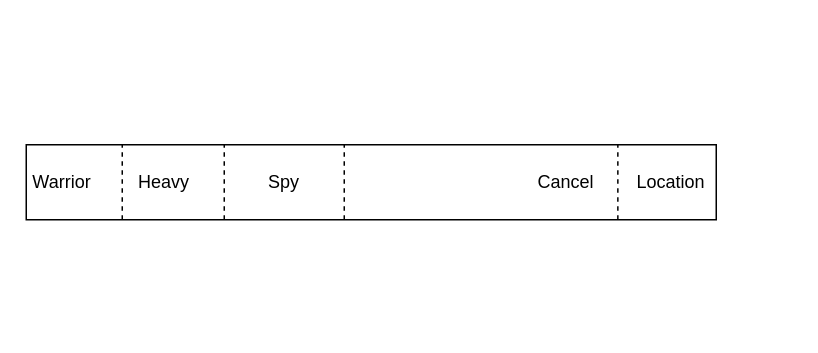
Earlier version of the draw.io diagram draw.io/Building interact Panel.drawio (bezmuth/civ-like-a). Source tidied: cells renumbered, new cells numbered last; positions are measured from the earlier drawing's top-left corner, leaving out a move shared by most shapes. Both pictures are drawn from the tidied source at 150%, with x=0, y=0 at pixel (26, 144).
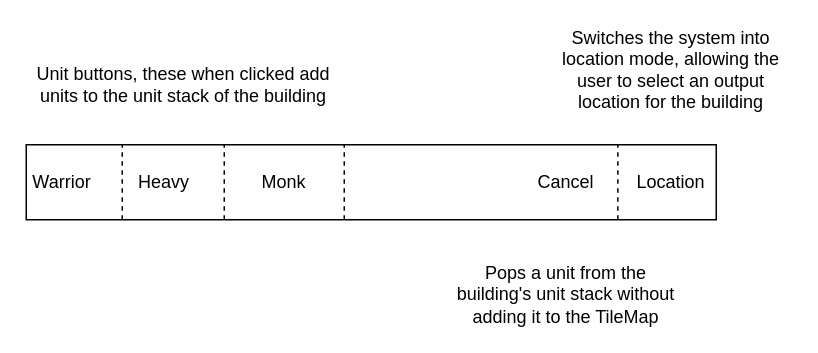
After the change.

The edit, as a diff of the source:
```diff
@@
 <mxGraphModel>
   <root>
     <mxCell id="0" />
     <mxCell id="1" parent="0" />
     <mxCell id="2" style="rounded=0;whiteSpace=wrap;html=1;" parent="1" vertex="1">
       <mxGeometry width="460" height="50" as="geometry" />
     </mxCell>
     <mxCell id="3" style="endArrow=none;dashed=1;html=1;" parent="1" edge="1">
       <mxGeometry relative="1" as="geometry">
         <mxPoint x="64" y="50" as="sourcePoint" />
         <mxPoint x="64" as="targetPoint" />
       </mxGeometry>
     </mxCell>
     <mxCell id="4" value="Warrior" style="text;html=1;strokeColor=none;fillColor=none;align=center;verticalAlign=middle;whiteSpace=wrap;rounded=0;" parent="1" vertex="1">
       <mxGeometry x="4" y="15" width="40" height="20" as="geometry" />
     </mxCell>
     <mxCell id="5" style="endArrow=none;dashed=1;html=1;" parent="1" edge="1">
       <mxGeometry relative="1" as="geometry">
         <mxPoint x="132" y="50" as="sourcePoint" />
         <mxPoint x="132" as="targetPoint" />
       </mxGeometry>
     </mxCell>
     <mxCell id="6" value="Heavy" style="text;html=1;strokeColor=none;fillColor=none;align=center;verticalAlign=middle;whiteSpace=wrap;rounded=0;" parent="1" vertex="1">
       <mxGeometry x="72" y="15" width="40" height="20" as="geometry" />
     </mxCell>
     <mxCell id="7" style="endArrow=none;dashed=1;html=1;" parent="1" edge="1">
       <mxGeometry relative="1" as="geometry">
         <mxPoint x="212" y="50" as="sourcePoint" />
         <mxPoint x="212" as="targetPoint" />
       </mxGeometry>
     </mxCell>
-    <mxCell id="8" value="Spy" style="text;html=1;strokeColor=none;fillColor=none;align=center;verticalAlign=middle;whiteSpace=wrap;rounded=0;" parent="1" vertex="1">
+    <mxCell id="8" value="Monk" style="text;html=1;strokeColor=none;fillColor=none;align=center;verticalAlign=middle;whiteSpace=wrap;rounded=0;" parent="1" vertex="1">
       <mxGeometry x="152" y="15" width="40" height="20" as="geometry" />
     </mxCell>
     <mxCell id="9" style="endArrow=none;dashed=1;html=1;" parent="1" edge="1">
       <mxGeometry relative="1" as="geometry">
         <mxPoint x="394.4" y="50" as="sourcePoint" />
         <mxPoint x="394.4" as="targetPoint" />
       </mxGeometry>
     </mxCell>
     <mxCell id="10" value="Location" style="text;html=1;strokeColor=none;fillColor=none;align=center;verticalAlign=middle;whiteSpace=wrap;rounded=0;" parent="1" vertex="1">
       <mxGeometry x="410" y="15" width="40" height="20" as="geometry" />
     </mxCell>
     <mxCell id="11" value="Cancel" style="text;html=1;strokeColor=none;fillColor=none;align=center;verticalAlign=middle;whiteSpace=wrap;rounded=0;" parent="1" vertex="1">
       <mxGeometry x="340" y="15" width="40" height="20" as="geometry" />
     </mxCell>
+    <mxCell id="12" value="Unit buttons, these when clicked add units to the unit stack of the building" style="text;html=1;strokeColor=none;fillColor=none;align=center;verticalAlign=middle;whiteSpace=wrap;rounded=0;" parent="1" vertex="1">
+      <mxGeometry y="-50" width="210" height="20" as="geometry" />
+    </mxCell>
+    <mxCell id="13" value="Pops a unit from the building's unit stack without adding it to the TileMap" style="text;html=1;strokeColor=none;fillColor=none;align=center;verticalAlign=middle;whiteSpace=wrap;rounded=0;" parent="1" vertex="1">
+      <mxGeometry x="285" y="90" width="150" height="20" as="geometry" />
+    </mxCell>
+    <mxCell id="14" value="Switches the system into location mode, allowing the user to select an output location for the building" style="text;html=1;strokeColor=none;fillColor=none;align=center;verticalAlign=middle;whiteSpace=wrap;rounded=0;" parent="1" vertex="1">
+      <mxGeometry x="350" y="-60" width="160" height="20" as="geometry" />
+    </mxCell>
   </root>
 </mxGraphModel>
```
